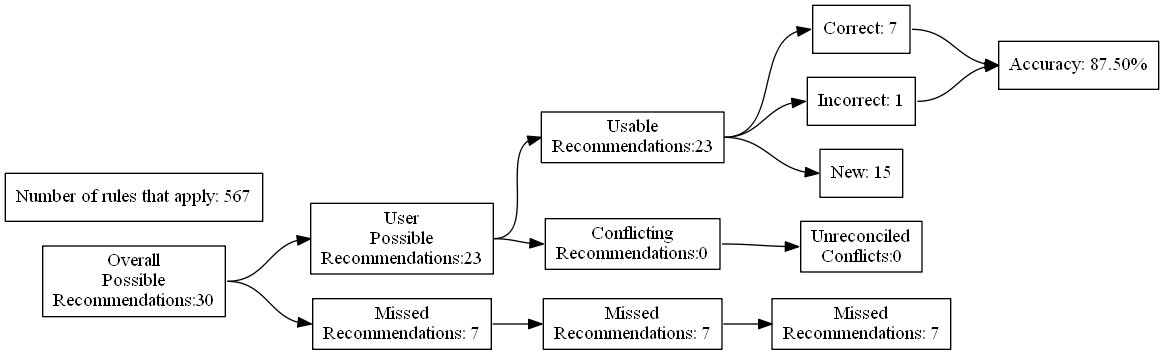
Before: test_renders/15.gv.png, a diagram exported from Graphviz (ZaxR/ibd_diet_analysis). Its source is kept beside it as test_renders/15.gv. The source it was exported from:
```dot
digraph {
	graph [rankdir=LR]
	node [pos=r shape=box]
	edge [headport=w tailport=e]
		A [label="Overall
Possible
Recommendations:30"]
		B [label="User
Possible
Recommendations:23"]
		C [label="Missed
Recommendations: 7"]
		D [label="Usable
Recommendations:23"]
		E [label="Conflicting
Recommendations:0"]
		J [label="Missed
Recommendations: 7"]
		M [label="Unreconciled
Conflicts:0"]
		F [label="Correct: 7"]
		G [label="Incorrect: 1"]
		H [label="New: 15"]
		K [label="Missed
Recommendations: 7"]
		I [label="Accuracy: 87.50%"]
		l [label="Number of rules that apply: 567"]
			A -> B
			A -> C
			B -> D
			B -> E
			D -> F
			D -> G
			D -> H
			F -> I
			G -> I
			C -> J
			J -> K
			E -> M
}
```
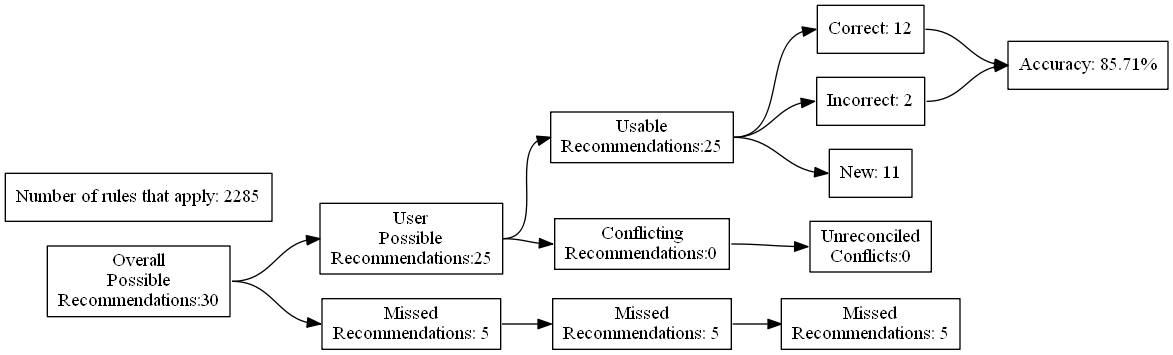
Above is the later version.

Diff of the diagram source:
```diff
@@ -7,24 +7,24 @@
 Recommendations:30"]
 		B [label="User
 Possible
-Recommendations:23"]
+Recommendations:25"]
 		C [label="Missed
-Recommendations: 7"]
+Recommendations: 5"]
 		D [label="Usable
-Recommendations:23"]
+Recommendations:25"]
 		E [label="Conflicting
 Recommendations:0"]
 		J [label="Missed
-Recommendations: 7"]
+Recommendations: 5"]
 		M [label="Unreconciled
 Conflicts:0"]
-		F [label="Correct: 7"]
-		G [label="Incorrect: 1"]
-		H [label="New: 15"]
+		F [label="Correct: 12"]
+		G [label="Incorrect: 2"]
+		H [label="New: 11"]
 		K [label="Missed
-Recommendations: 7"]
-		I [label="Accuracy: 87.50%"]
-		l [label="Number of rules that apply: 567"]
+Recommendations: 5"]
+		I [label="Accuracy: 85.71%"]
+		l [label="Number of rules that apply: 2285"]
 			A -> B
 			A -> C
 			B -> D
```
